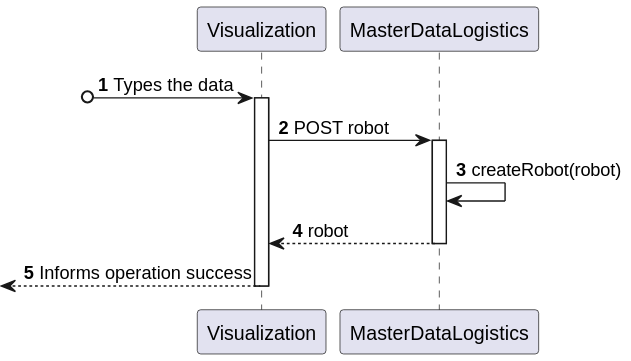
This is docs/US_380/Diagrams/Level2/ProcessView.svg from Pedro-Pereira1/sem5pi_23_24_g056, a PlantUML export, as it was before one commit.
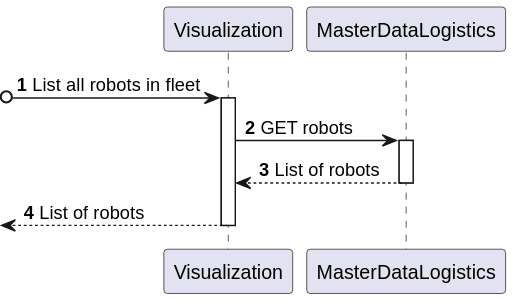
The same diagram one commit later.

The edit, as a diff of the source:
```diff
@@ -5,18 +5,16 @@
 participant Visualization
 participant "MasterDataLogistics" as GI
 
-?o-> Visualization: Types the data
+?o-> Visualization: List all robots in fleet
 activate Visualization
 
-Visualization -> GI: POST robot
+Visualization -> GI: GET robots
 activate GI
 
-GI -> GI: createRobot(robot)
-
-GI --> Visualization: robot
+GI --> Visualization: List of robots
 deactivate GI
 
-<-- Visualization: Informs operation success
+<-- Visualization: List of robots
 deactivate Visualization
 
 
```
